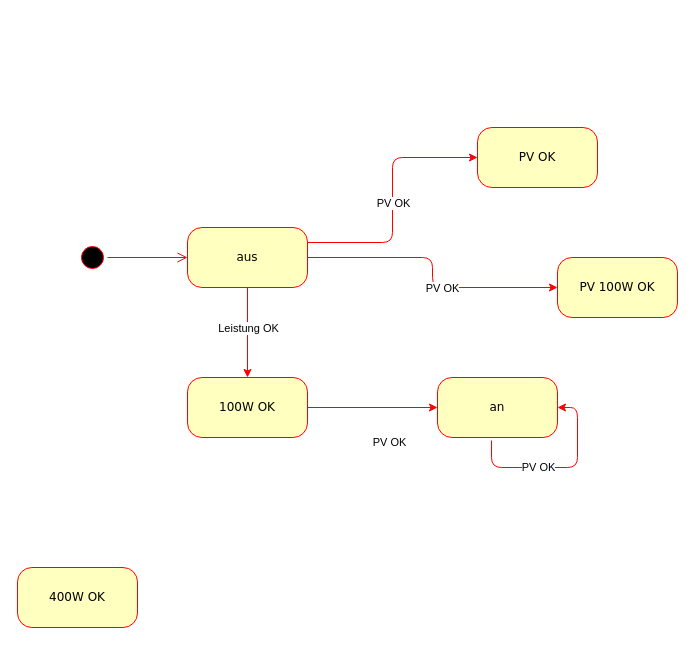
This is Bluetti-State.drawio from frickler24/diverses, a draw.io file, before an edit. Source tidied: cells renumbered, new cells numbered last; positions are measured from the earlier drawing's top-left corner, leaving out a move shared by most shapes. Both pictures are drawn from the tidied source at 100%, with x=0, y=0 at pixel (17, 127).
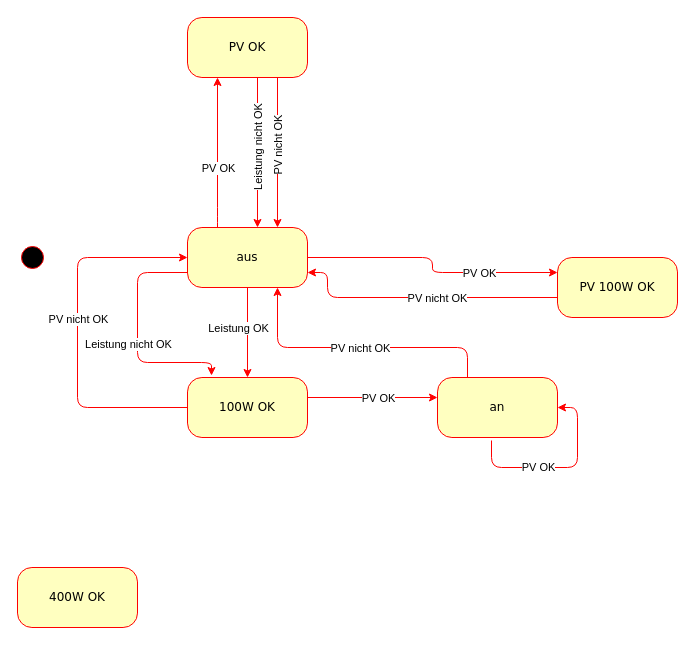
After the change.

The change refers to these unchanged cells:
```xml
<mxCell id="5" value="aus" style="rounded=1;whiteSpace=wrap;html=1;arcSize=24;fillColor=#ffffc0;strokeColor=#ff0000;shadow=0;comic=0;labelBackgroundColor=none;fontFamily=Verdana;fontSize=12;fontColor=#000000;align=center;" parent="1" vertex="1">
  <mxGeometry x="170" y="100" width="120" height="60" as="geometry" />
</mxCell>
<mxCell id="7" value="PV 100W OK" style="rounded=1;whiteSpace=wrap;html=1;arcSize=24;fillColor=#ffffc0;strokeColor=#ff0000;shadow=0;comic=0;labelBackgroundColor=none;fontFamily=Verdana;fontSize=12;fontColor=#000000;align=center;" parent="1" vertex="1">
  <mxGeometry x="540" y="130" width="120" height="60" as="geometry" />
</mxCell>
<mxCell id="8" value="100W OK" style="rounded=1;whiteSpace=wrap;html=1;arcSize=24;fillColor=#ffffc0;strokeColor=#ff0000;shadow=0;comic=0;labelBackgroundColor=none;fontFamily=Verdana;fontSize=12;fontColor=#000000;align=center;" parent="1" vertex="1">
  <mxGeometry x="170" y="250" width="120" height="60" as="geometry" />
</mxCell>
<mxCell id="9" style="edgeStyle=orthogonalEdgeStyle;rounded=1;jettySize=auto;html=1;entryX=0.5;entryY=0;entryDx=0;entryDy=0;curved=0;strokeColor=#FF0000;exitX=0.5;exitY=1;exitDx=0;exitDy=0;" parent="1" edge="1" source="5" target="8">
  <mxGeometry relative="1" as="geometry" />
</mxCell>
<mxCell id="11" value="an" style="rounded=1;whiteSpace=wrap;html=1;arcSize=24;fillColor=#ffffc0;strokeColor=#ff0000;shadow=0;comic=0;labelBackgroundColor=none;fontFamily=Verdana;fontSize=12;fontColor=#000000;align=center;" parent="1" vertex="1">
  <mxGeometry x="420" y="250" width="120" height="60" as="geometry" />
</mxCell>
```

Change to the diagram source:
```diff
@@
     <mxCell id="2" style="ellipse;html=1;shape=startState;fillColor=#000000;strokeColor=#ff0000;rounded=1;shadow=0;comic=0;labelBackgroundColor=none;fontFamily=Verdana;fontSize=12;fontColor=#000000;align=center;direction=south;" parent="1" vertex="1">
-      <mxGeometry x="60" y="115" width="30" height="30" as="geometry" />
+      <mxGeometry y="115" width="30" height="30" as="geometry" />
     </mxCell>
-    <mxCell id="3" style="edgeStyle=orthogonalEdgeStyle;rounded=1;jettySize=auto;html=1;entryX=0;entryY=0.5;entryDx=0;entryDy=0;curved=0;strokeColor=#FF0000;" parent="1" edge="1" source="5" target="7">
+    <mxCell id="3" style="edgeStyle=orthogonalEdgeStyle;rounded=1;jettySize=auto;html=1;entryX=0;entryY=0.25;entryDx=0;entryDy=0;curved=0;strokeColor=#FF0000;" parent="1" edge="1" source="5" target="7">
       <mxGeometry relative="1" as="geometry" />
     </mxCell>
     <mxCell id="4" value="PV OK" style="edgeLabel;html=1;align=center;verticalAlign=middle;" parent="3" vertex="1">
       <mxGeometry x="0.25" relative="1" as="geometry">
-        <mxPoint x="-11" as="offset" />
+        <mxPoint x="20" as="offset" />
       </mxGeometry>
     </mxCell>
@@
-    <mxCell id="6" style="edgeStyle=orthogonalEdgeStyle;html=1;labelBackgroundColor=none;endArrow=open;endSize=8;strokeColor=#ff0000;fontFamily=Verdana;fontSize=12;align=left;" parent="1" edge="1" source="2" target="5">
-      <mxGeometry relative="1" as="geometry" />
-    </mxCell>
@@
     <mxCell id="10" value="Leistung OK" style="edgeLabel;html=1;align=center;verticalAlign=middle;" parent="9" vertex="1">
       <mxGeometry x="0.33" y="-9" relative="1" as="geometry">
-        <mxPoint x="9" y="-20" as="offset" />
+        <mxPoint x="-1" y="-20" as="offset" />
       </mxGeometry>
     </mxCell>
@@
     <mxCell id="13" value="PV OK" style="rounded=1;whiteSpace=wrap;html=1;arcSize=24;fillColor=#ffffc0;strokeColor=#ff0000;shadow=0;comic=0;labelBackgroundColor=none;fontFamily=Verdana;fontSize=12;fontColor=#000000;align=center;" parent="1" vertex="1">
-      <mxGeometry x="460" width="120" height="60" as="geometry" />
+      <mxGeometry x="170" y="-110" width="120" height="60" as="geometry" />
     </mxCell>
-    <mxCell id="14" style="edgeStyle=orthogonalEdgeStyle;rounded=1;jettySize=auto;html=1;entryX=0;entryY=0.5;entryDx=0;entryDy=0;curved=0;strokeColor=#FF0000;exitX=1;exitY=0.25;exitDx=0;exitDy=0;" parent="1" edge="1" source="5" target="13">
-      <mxGeometry relative="1" as="geometry" />
+    <mxCell id="14" style="edgeStyle=orthogonalEdgeStyle;rounded=1;orthogonalLoop=1;jettySize=auto;html=1;curved=0;strokeColor=#FF0000;exitX=0.5;exitY=0;exitDx=0;exitDy=0;entryX=0.5;entryY=1;entryDx=0;entryDy=0;" parent="1" edge="1">
+      <mxGeometry relative="1" as="geometry">
+        <mxPoint x="200" y="100" as="sourcePoint" />
+        <mxPoint x="200" y="-50" as="targetPoint" />
+        <Array as="points">
+          <mxPoint x="200" y="90" />
+          <mxPoint x="200" y="90" />
+        </Array>
+      </mxGeometry>
     </mxCell>
@@
-    <mxCell id="18" style="edgeStyle=orthogonalEdgeStyle;rounded=1;jettySize=auto;html=1;curved=0;strokeColor=#FF0000;exitX=1;exitY=0.5;exitDx=0;exitDy=0;entryX=0;entryY=0.5;entryDx=0;entryDy=0;" parent="1" edge="1" source="8" target="11">
-      <mxGeometry relative="1" as="geometry" />
+    <mxCell id="18" style="edgeStyle=orthogonalEdgeStyle;rounded=1;orthogonalLoop=1;jettySize=auto;html=1;curved=0;strokeColor=#FF0000;exitX=1;exitY=0.5;exitDx=0;exitDy=0;entryX=0;entryY=0.5;entryDx=0;entryDy=0;" parent="1" edge="1">
+      <mxGeometry relative="1" as="geometry">
+        <mxPoint x="290" y="270" as="sourcePoint" />
+        <mxPoint x="420" y="270" as="targetPoint" />
+      </mxGeometry>
     </mxCell>
     <mxCell id="19" value="PV OK" style="edgeLabel;html=1;align=center;verticalAlign=middle;" parent="18" vertex="1">
       <mxGeometry x="0.25" relative="1" as="geometry">
-        <mxPoint y="34" as="offset" />
+        <mxPoint x="-11" as="offset" />
       </mxGeometry>
     </mxCell>
+    <mxCell id="20" style="edgeStyle=orthogonalEdgeStyle;rounded=1;jettySize=auto;html=1;curved=0;strokeColor=#FF0000;entryX=0;entryY=0.5;entryDx=0;entryDy=0;exitX=0;exitY=0.5;exitDx=0;exitDy=0;" parent="1" edge="1" source="8" target="5">
+      <mxGeometry relative="1" as="geometry">
+        <Array as="points">
+          <mxPoint x="60" y="280" />
+          <mxPoint x="60" y="130" />
+        </Array>
+      </mxGeometry>
+    </mxCell>
+    <mxCell id="21" value="PV nicht OK" style="edgeLabel;html=1;align=center;verticalAlign=middle;" parent="20" vertex="1">
+      <mxGeometry x="-0.01" relative="1" as="geometry">
+        <mxPoint y="-16" as="offset" />
+      </mxGeometry>
+    </mxCell>
+    <mxCell id="22" style="edgeStyle=orthogonalEdgeStyle;rounded=1;jettySize=auto;html=1;curved=0;strokeColor=#FF0000;entryX=0.75;entryY=0;entryDx=0;entryDy=0;exitX=0.75;exitY=1;exitDx=0;exitDy=0;" parent="1" edge="1" source="13" target="5">
+      <mxGeometry relative="1" as="geometry">
+        <Array as="points">
+          <mxPoint x="260" />
+          <mxPoint x="260" />
+        </Array>
+      </mxGeometry>
+    </mxCell>
+    <mxCell id="23" value="PV nicht OK" style="edgeLabel;html=1;align=center;verticalAlign=middle;rotation=-90;" parent="22" vertex="1">
+      <mxGeometry x="-0.01" relative="1" as="geometry">
+        <mxPoint y="-5" as="offset" />
+      </mxGeometry>
+    </mxCell>
+    <mxCell id="24" style="edgeStyle=orthogonalEdgeStyle;rounded=1;jettySize=auto;html=1;curved=0;strokeColor=#FF0000;exitX=0.25;exitY=0;exitDx=0;exitDy=0;entryX=0.75;entryY=1;entryDx=0;entryDy=0;" parent="1" edge="1" source="11" target="5">
+      <mxGeometry relative="1" as="geometry">
+        <Array as="points">
+          <mxPoint x="450" y="220" />
+          <mxPoint x="260" y="220" />
+        </Array>
+      </mxGeometry>
+    </mxCell>
+    <mxCell id="25" value="PV nicht OK" style="edgeLabel;html=1;align=center;verticalAlign=middle;" parent="24" vertex="1">
+      <mxGeometry x="-0.01" relative="1" as="geometry">
+        <mxPoint x="1" as="offset" />
+      </mxGeometry>
+    </mxCell>
+    <mxCell id="26" style="edgeStyle=orthogonalEdgeStyle;rounded=1;jettySize=auto;html=1;curved=0;strokeColor=#FF0000;exitX=0;exitY=0.75;exitDx=0;exitDy=0;entryX=1;entryY=0.75;entryDx=0;entryDy=0;" parent="1" edge="1" target="5">
+      <mxGeometry relative="1" as="geometry">
+        <mxPoint x="540" y="170" as="sourcePoint" />
+        <Array as="points">
+          <mxPoint x="310" y="170" />
+          <mxPoint x="310" y="145" />
+        </Array>
+      </mxGeometry>
+    </mxCell>
+    <mxCell id="27" value="PV nicht OK" style="edgeLabel;html=1;align=center;verticalAlign=middle;" parent="26" vertex="1">
+      <mxGeometry x="-0.01" relative="1" as="geometry">
+        <mxPoint x="15" as="offset" />
+      </mxGeometry>
+    </mxCell>
+    <mxCell id="28" style="edgeStyle=orthogonalEdgeStyle;rounded=1;orthogonalLoop=1;jettySize=auto;html=1;curved=0;strokeColor=#FF0000;entryX=0.75;entryY=0;entryDx=0;entryDy=0;exitX=0.75;exitY=1;exitDx=0;exitDy=0;" parent="1" edge="1">
+      <mxGeometry relative="1" as="geometry">
+        <mxPoint x="240" y="-50" as="sourcePoint" />
+        <mxPoint x="240" y="100" as="targetPoint" />
+        <Array as="points">
+          <mxPoint x="240" />
+          <mxPoint x="240" />
+        </Array>
+      </mxGeometry>
+    </mxCell>
+    <mxCell id="29" value="Leistung nicht OK" style="edgeLabel;html=1;align=center;verticalAlign=middle;rotation=-90;" parent="28" vertex="1">
+      <mxGeometry x="-0.05" relative="1" as="geometry" />
+    </mxCell>
+    <mxCell id="30" style="edgeStyle=orthogonalEdgeStyle;rounded=1;jettySize=auto;html=1;curved=0;strokeColor=#FF0000;exitX=0;exitY=0.75;exitDx=0;exitDy=0;entryX=0.2;entryY=-0.033;entryDx=0;entryDy=0;entryPerimeter=0;" parent="1" edge="1" source="5" target="8">
+      <mxGeometry relative="1" as="geometry">
+        <Array as="points">
+          <mxPoint x="120" y="145" />
+          <mxPoint x="120" y="235" />
+          <mxPoint x="194" y="235" />
+        </Array>
+      </mxGeometry>
+    </mxCell>
+    <mxCell id="31" value="Leistung nicht OK" style="edgeLabel;html=1;align=center;verticalAlign=middle;rotation=0;" parent="30" vertex="1">
+      <mxGeometry x="-0.05" relative="1" as="geometry">
+        <mxPoint x="-10" y="13" as="offset" />
+      </mxGeometry>
+    </mxCell>
```
